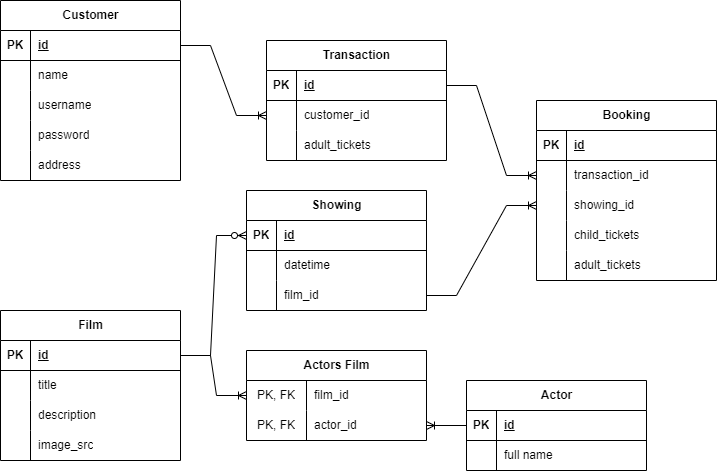
The draw.io diagram SFIA.png in JHarding-Work/SFIA, before a commit. Source tidied: cells renumbered, new cells last; positions are measured from the earlier drawing's top-left corner, leaving out a move shared by most shapes.
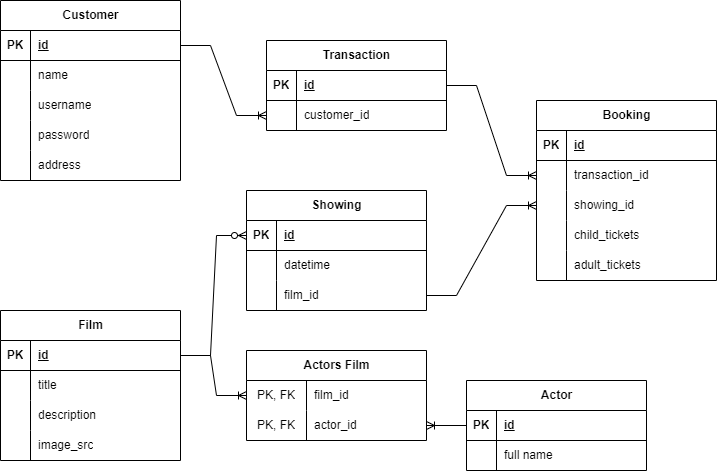
The same file after the commit.

What changed in the source:
```diff
@@ -174,7 +174,7 @@
       <mxGeometry x="30" width="150" height="30" as="geometry" />
     </mxCell>
     <mxCell id="59" value="Transaction" style="shape=table;startSize=30;rowLines=0;fontStyle=1;align=center;html=1;" parent="1" vertex="1">
-      <mxGeometry x="266" y="40" width="180" height="120" as="geometry" />
+      <mxGeometry x="266" y="40" width="180" height="90" as="geometry" />
     </mxCell>
     <mxCell id="60" style="shape=tableRow;horizontal=0;startSize=0;swimlaneHead=0;swimlaneBody=0;fillColor=none;points=[[0,0.5],[1,0.5]];portConstraint=eastwest;top=0;left=0;right=0;bottom=1;" parent="59" vertex="1">
       <mxGeometry y="30" width="180" height="30" as="geometry" />
@@ -194,15 +194,6 @@
     <mxCell id="65" value="customer_id" style="shape=partialRectangle;fillColor=none;top=0;left=0;bottom=0;right=0;align=left;spacingLeft=6;overflow=hidden;whiteSpace=wrap;html=1;" parent="63" vertex="1">
       <mxGeometry x="30" width="150" height="30" as="geometry" />
     </mxCell>
-    <mxCell id="66" style="shape=tableRow;horizontal=0;startSize=0;swimlaneHead=0;swimlaneBody=0;fillColor=none;top=0;left=0;right=0;bottom=0;" parent="59" vertex="1">
-      <mxGeometry y="90" width="180" height="30" as="geometry" />
-    </mxCell>
-    <mxCell id="67" style="shape=partialRectangle;fillColor=none;top=0;left=0;bottom=0;right=0;overflow=hidden;whiteSpace=wrap;html=1;" parent="66" vertex="1">
-      <mxGeometry width="30" height="30" as="geometry" />
-    </mxCell>
-    <mxCell id="68" value="adult_tickets" style="shape=partialRectangle;fillColor=none;top=0;left=0;bottom=0;right=0;align=left;spacingLeft=6;overflow=hidden;whiteSpace=wrap;html=1;" parent="66" vertex="1">
-      <mxGeometry x="30" width="150" height="30" as="geometry" />
-    </mxCell>
     <mxCell id="69" style="edgeStyle=entityRelationEdgeStyle;fontSize=12;html=1;endArrow=ERoneToMany;rounded=0;" parent="1" edge="1" source="60" target="29">
       <mxGeometry relative="1" as="geometry" />
     </mxCell>
```
